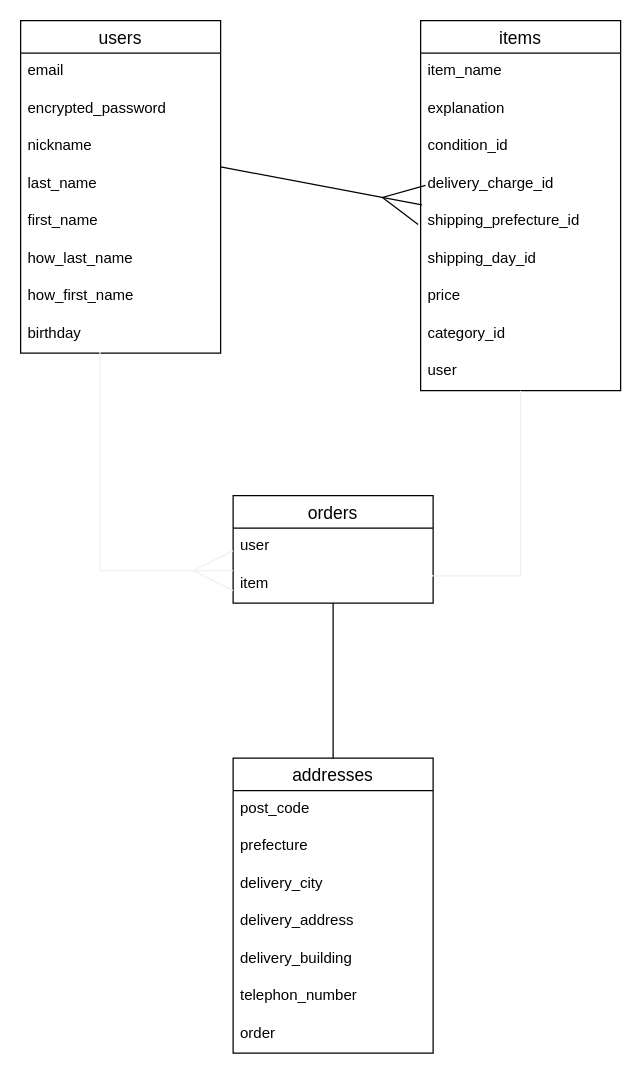
Earlier version of the draw.io diagram ER.dio (coronnoniwa/furima-38795). Source tidied: cells renumbered, new cells numbered last; positions are measured from the earlier drawing's top-left corner, leaving out a move shared by most shapes. Both pictures are drawn from the tidied source at 125%, with x=0, y=0 at pixel (20, 20).
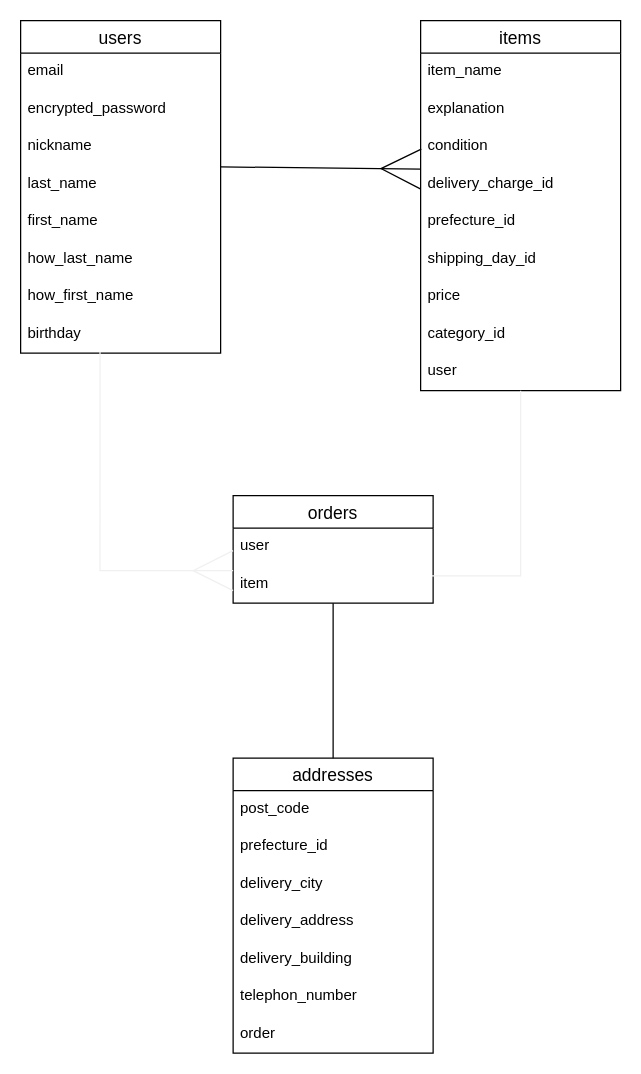
After the change.

Commit message:
データベース設計修正６

Unchanged cells that the change refers to:
```xml
<mxCell id="12" value="items" style="swimlane;fontStyle=0;horizontal=1;startSize=26;align=center;fontSize=14;" parent="1" vertex="1">
  <mxGeometry x="320" width="160" height="296" as="geometry" />
</mxCell>
<mxCell id="16" value="delivery_charge_id" style="text;strokeColor=none;fillColor=none;spacingLeft=4;spacingRight=4;overflow=hidden;points=[[0,0.5],[1,0.5]];portConstraint=eastwest;fontSize=12;" parent="12" vertex="1">
  <mxGeometry y="116" width="160" height="30" as="geometry" />
</mxCell>
<mxCell id="25" value="addresses" style="swimlane;fontStyle=0;horizontal=1;startSize=26;align=center;fontSize=14;" parent="1" vertex="1">
  <mxGeometry x="170" y="590" width="160" height="236" as="geometry" />
</mxCell>
```

Diff of the diagram source:
```diff
@@
-    <mxCell id="2" style="edgeStyle=none;html=1;entryX=0.006;entryY=0.048;entryDx=0;entryDy=0;entryPerimeter=0;startArrow=none;startFill=0;strokeWidth=1;endArrow=ERmany;endFill=0;spacing=1;targetPerimeterSpacing=4;sourcePerimeterSpacing=10;startSize=30;endSize=30;" parent="1" edge="1" target="17">
+    <mxCell id="2" style="edgeStyle=none;html=1;entryX=0.002;entryY=0.092;entryDx=0;entryDy=0;entryPerimeter=0;startArrow=none;startFill=0;strokeWidth=1;endArrow=ERmany;endFill=0;spacing=1;targetPerimeterSpacing=4;sourcePerimeterSpacing=10;startSize=30;endSize=30;" parent="1" edge="1" target="16">
       <mxGeometry relative="1" as="geometry">
         <mxPoint x="160" y="117" as="sourcePoint" />
       </mxGeometry>
     </mxCell>
@@
-    <mxCell id="15" value="condition_id" style="text;strokeColor=none;fillColor=none;spacingLeft=4;spacingRight=4;overflow=hidden;fontSize=12;" parent="12" vertex="1">
+    <mxCell id="15" value="condition" style="text;strokeColor=none;fillColor=none;spacingLeft=4;spacingRight=4;overflow=hidden;fontSize=12;" parent="12" vertex="1">
       <mxGeometry y="86" width="160" height="30" as="geometry" />
     </mxCell>
@@
-    <mxCell id="17" value="shipping_prefecture_id" style="text;strokeColor=none;fillColor=none;spacingLeft=4;spacingRight=4;overflow=hidden;points=[[0,0.5],[1,0.5]];portConstraint=eastwest;fontSize=12;" parent="12" vertex="1">
+    <mxCell id="17" value="prefecture_id" style="text;strokeColor=none;fillColor=none;spacingLeft=4;spacingRight=4;overflow=hidden;points=[[0,0.5],[1,0.5]];portConstraint=eastwest;fontSize=12;" parent="12" vertex="1">
       <mxGeometry y="146" width="160" height="30" as="geometry" />
     </mxCell>
@@
-    <mxCell id="27" value="prefecture" style="text;strokeColor=none;fillColor=none;spacingLeft=4;spacingRight=4;overflow=hidden;fontSize=12;" parent="25" vertex="1">
+    <mxCell id="27" value="prefecture_id&#10;" style="text;strokeColor=none;fillColor=none;spacingLeft=4;spacingRight=4;overflow=hidden;fontSize=12;" parent="25" vertex="1">
       <mxGeometry y="56" width="160" height="30" as="geometry" />
     </mxCell>
```
